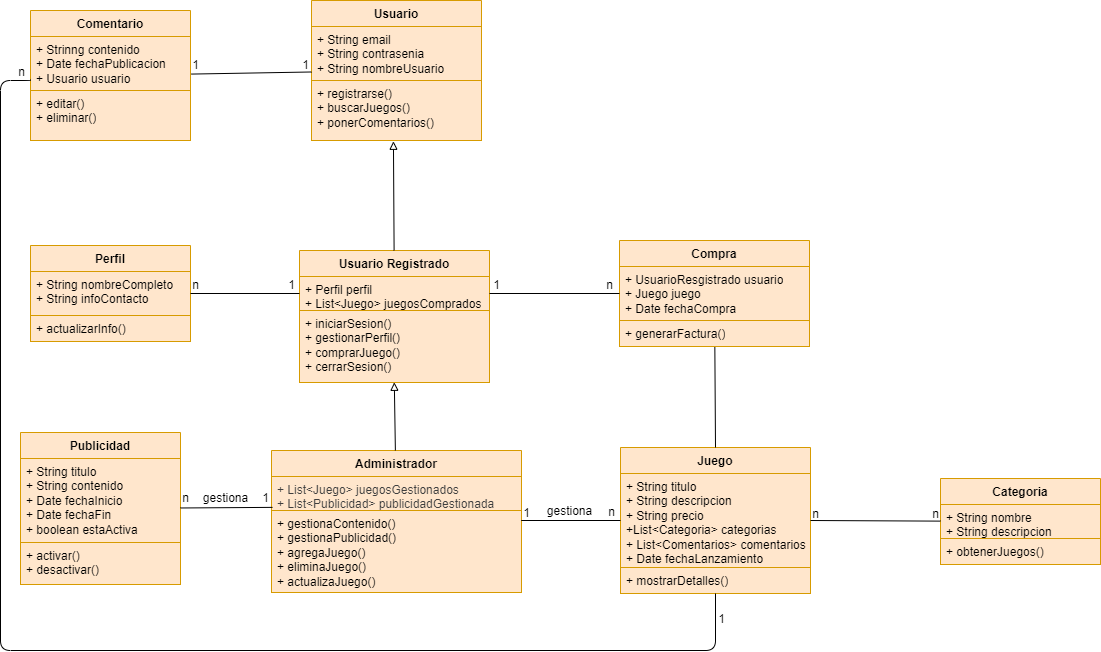
nexphernandez/Adict-Games keeps this draw.io diagram as images/diagramas/diagramaDeClases.drawio.png. Above is the earlier version. Source tidied: cells renumbered, new cells last; positions are measured from the earlier drawing's top-left corner, leaving out a move shared by most shapes.
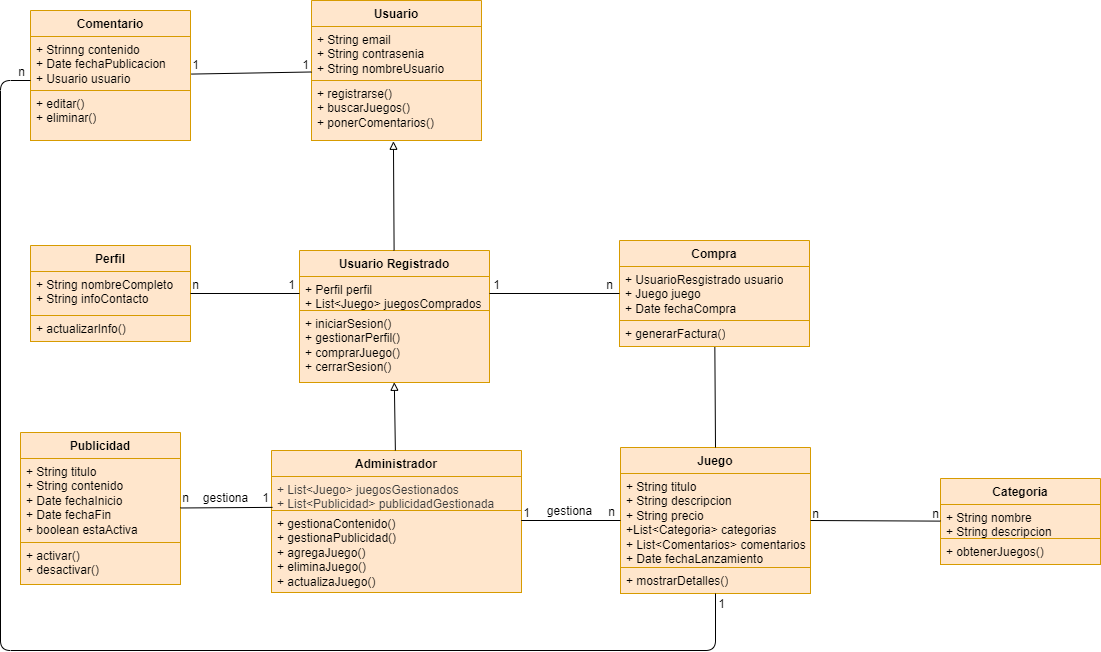
Later version of the same file.

Diff of the diagram source:
```diff
@@ -1,4 +1,4 @@
-<mxGraphModel>
+<mxGraphModel background="#ffffff">
   <root>
     <mxCell id="0" />
     <mxCell id="1" parent="0" />
@@ -162,7 +162,7 @@
       <mxGeometry x="920" y="499" width="30" height="30" as="geometry" />
     </mxCell>
     <mxCell id="53" value="1" style="text;html=1;align=center;verticalAlign=middle;strokeColor=none;fillColor=none;" parent="1" vertex="1">
-      <mxGeometry x="706" y="604" width="30" height="30" as="geometry" />
+      <mxGeometry x="706" y="589" width="30" height="30" as="geometry" />
     </mxCell>
     <mxCell id="54" value="n" style="text;html=1;align=center;verticalAlign=middle;strokeColor=none;fillColor=none;" parent="1" vertex="1">
       <mxGeometry x="6" y="57" width="30" height="30" as="geometry" />
```
